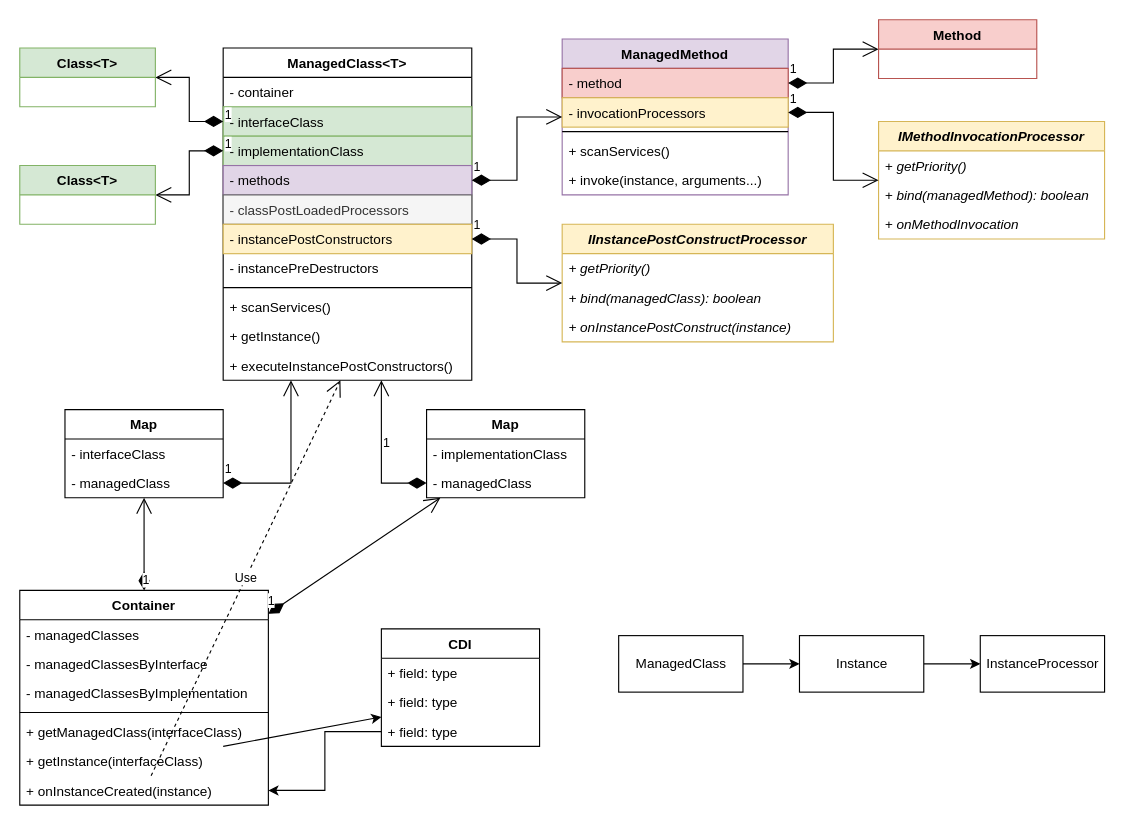
The draw.io diagram page "Implementation Classes" (3 of 13) of docs/core.drawio in js-lib-com/tiny-container, before the edit. Source tidied: cells renumbered, new cells numbered last; positions are measured from the earlier drawing's top-left corner, leaving out a move shared by most shapes. Both pictures are drawn from the tidied source at 113%, with x=0, y=0 at pixel (19, 19).
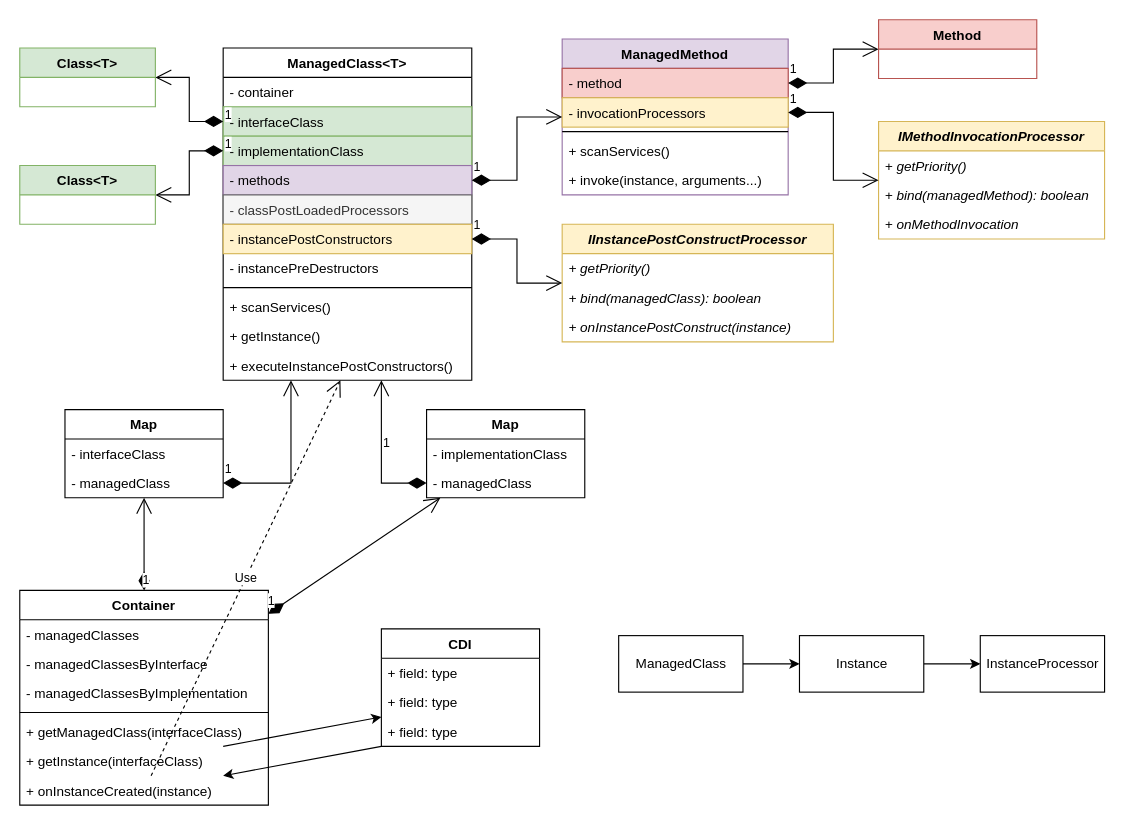
After the change.

Unchanged cells that the change refers to:
```xml
<mxCell id="50" value="+ onInstanceCreated(instance)" style="text;strokeColor=none;fillColor=none;align=left;verticalAlign=top;spacingLeft=4;spacingRight=4;overflow=hidden;points=[[0,0.5],[1,0.5]];portConstraint=eastwest;" parent="43" vertex="1">
  <mxGeometry y="164" width="220" height="26" as="geometry" />
</mxCell>
<mxCell id="56" value="+ field: type" style="text;strokeColor=none;fillColor=none;align=left;verticalAlign=top;spacingLeft=4;spacingRight=4;overflow=hidden;points=[[0,0.5],[1,0.5]];portConstraint=eastwest;" parent="53" vertex="1">
  <mxGeometry y="78" width="140" height="26" as="geometry" />
</mxCell>
```

The edit, as a diff of the source:
```diff
@@
-    <mxCell id="57" style="edgeStyle=orthogonalEdgeStyle;rounded=0;jettySize=auto;html=1;" parent="1" edge="1" source="56" target="50">
+    <mxCell id="57" style="rounded=0;jettySize=auto;html=1;" parent="1" edge="1" source="56" target="50">
       <mxGeometry relative="1" as="geometry" />
     </mxCell>
```
